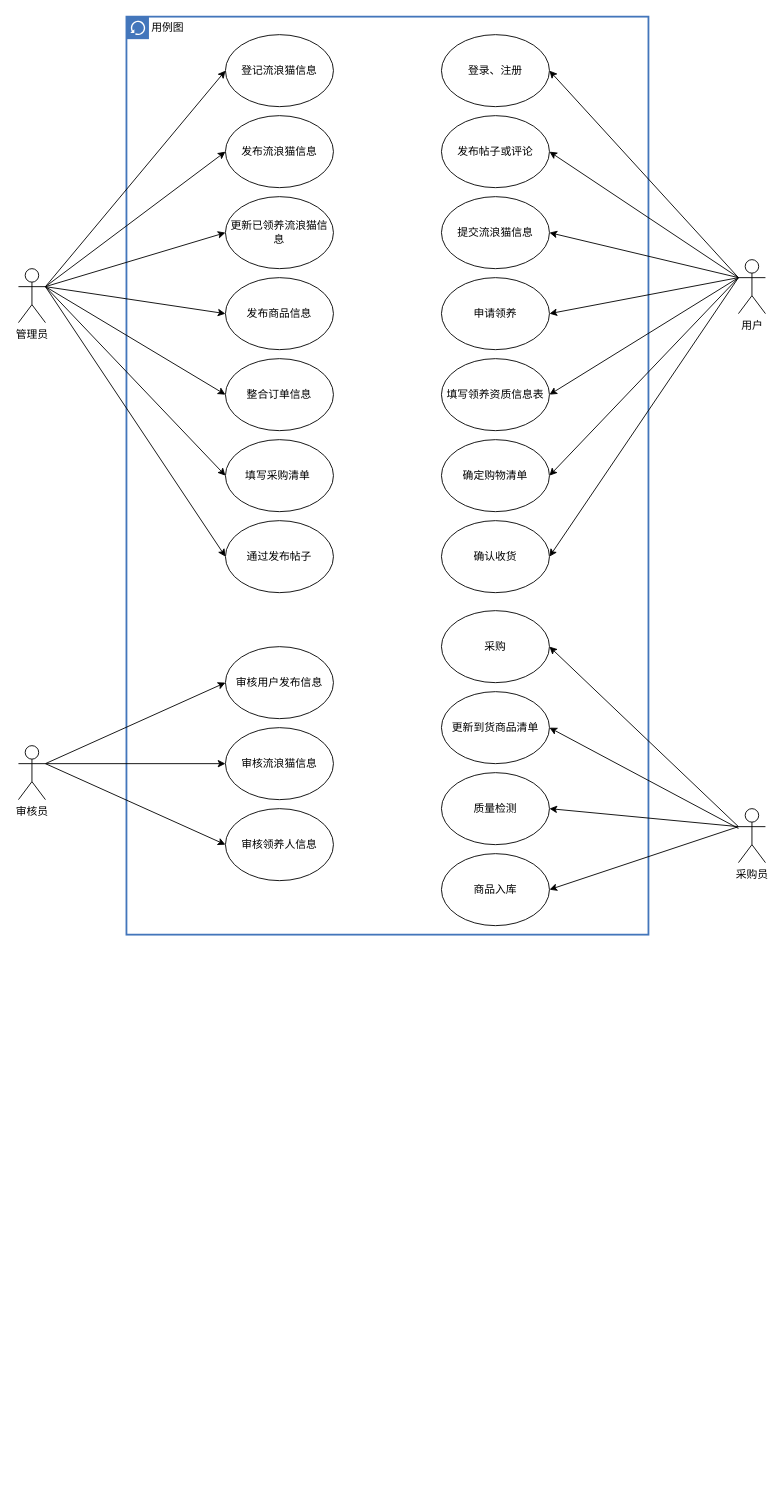
Earlier version of the draw.io diagram 1.drawio (lztdgh/lztrepo). Source tidied: cells renumbered, new cells numbered last; positions are measured from the earlier drawing's top-left corner, leaving out a move shared by most shapes. Both pictures are drawn from the tidied source at 90%, with x=0, y=0 at pixel (18, 16).
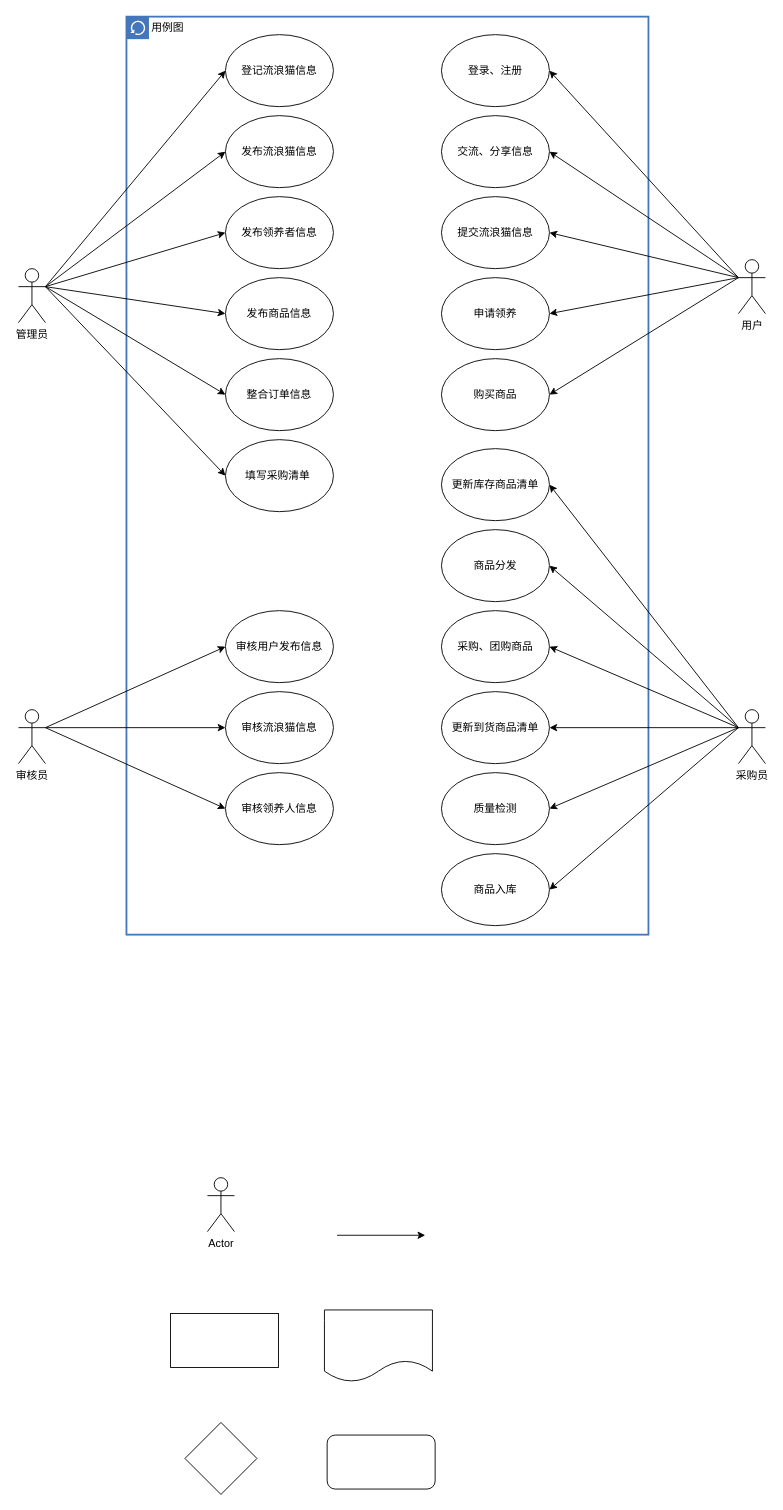
After the change.

The change refers to these unchanged cells:
```xml
<mxCell id="4" value="用户" style="shape=umlActor;verticalLabelPosition=bottom;verticalAlign=top;html=1;outlineConnect=0;" parent="1" vertex="1">
  <mxGeometry x="800" y="270" width="30" height="60" as="geometry" />
</mxCell>
<mxCell id="6" value="用例图" style="shape=mxgraph.ibm.box;prType=classic;fontStyle=0;verticalAlign=top;align=left;spacingLeft=32;spacingTop=4;fillColor=none;rounded=0;whiteSpace=wrap;html=1;strokeColor=#4376BB;strokeWidth=2;dashed=0;spacing=-4;" parent="1" vertex="1">
  <mxGeometry x="120" width="580" height="1020" as="geometry" />
</mxCell>
<mxCell id="25" value="更新到货商品清单" style="ellipse;whiteSpace=wrap;html=1;" parent="6" vertex="1">
  <mxGeometry x="350" y="750" width="120" height="80" as="geometry" />
</mxCell>
<mxCell id="27" value="商品入库" style="ellipse;whiteSpace=wrap;html=1;" parent="6" vertex="1">
  <mxGeometry x="350" y="930" width="120" height="80" as="geometry" />
</mxCell>
```

The edit, as a diff of the source:
```diff
@@
     <mxCell id="3" value="审核员" style="shape=umlActor;verticalLabelPosition=bottom;verticalAlign=top;html=1;outlineConnect=0;" parent="1" vertex="1">
-      <mxGeometry y="810" width="30" height="60" as="geometry" />
+      <mxGeometry y="770" width="30" height="60" as="geometry" />
     </mxCell>
@@
     <mxCell id="5" value="采购员" style="shape=umlActor;verticalLabelPosition=bottom;verticalAlign=top;html=1;outlineConnect=0;" parent="1" vertex="1">
-      <mxGeometry x="800" y="880" width="30" height="60" as="geometry" />
+      <mxGeometry x="800" y="770" width="30" height="60" as="geometry" />
     </mxCell>
@@
-    <mxCell id="9" value="更新已领养流浪猫信息" style="ellipse;whiteSpace=wrap;html=1;" parent="6" vertex="1">
+    <mxCell id="9" value="发布领养者信息" style="ellipse;whiteSpace=wrap;html=1;" parent="6" vertex="1">
       <mxGeometry x="110" y="200" width="120" height="80" as="geometry" />
     </mxCell>
@@
-    <mxCell id="13" value="通过发布帖子" style="ellipse;whiteSpace=wrap;html=1;" parent="6" vertex="1">
-      <mxGeometry x="110" y="560" width="120" height="80" as="geometry" />
-    </mxCell>
     <mxCell id="14" value="审核用户发布信息" style="ellipse;whiteSpace=wrap;html=1;" parent="6" vertex="1">
-      <mxGeometry x="110" y="700" width="120" height="80" as="geometry" />
+      <mxGeometry x="110" y="660" width="120" height="80" as="geometry" />
     </mxCell>
     <mxCell id="15" value="审核流浪猫信息" style="ellipse;whiteSpace=wrap;html=1;" parent="6" vertex="1">
-      <mxGeometry x="110" y="790" width="120" height="80" as="geometry" />
+      <mxGeometry x="110" y="750" width="120" height="80" as="geometry" />
     </mxCell>
     <mxCell id="16" value="审核领养人信息" style="ellipse;whiteSpace=wrap;html=1;" parent="6" vertex="1">
-      <mxGeometry x="110" y="880" width="120" height="80" as="geometry" />
+      <mxGeometry x="110" y="840" width="120" height="80" as="geometry" />
     </mxCell>
@@
-    <mxCell id="18" value="发布帖子或评论" style="ellipse;whiteSpace=wrap;html=1;" parent="6" vertex="1">
+    <mxCell id="18" value="交流、分享信息" style="ellipse;whiteSpace=wrap;html=1;" parent="6" vertex="1">
       <mxGeometry x="350" y="110" width="120" height="80" as="geometry" />
     </mxCell>
@@
-    <mxCell id="21" value="填写领养资质信息表" style="ellipse;whiteSpace=wrap;html=1;" parent="6" vertex="1">
-      <mxGeometry x="350" y="380" width="120" height="80" as="geometry" />
-    </mxCell>
-    <mxCell id="22" value="确定购物清单" style="ellipse;whiteSpace=wrap;html=1;" parent="6" vertex="1">
-      <mxGeometry x="350" y="470" width="120" height="80" as="geometry" />
+    <mxCell id="22" value="购买商品" style="ellipse;whiteSpace=wrap;html=1;" parent="6" vertex="1">
+      <mxGeometry x="350" y="380" width="120" height="80" as="geometry" />
     </mxCell>
-    <mxCell id="23" value="确认收货" style="ellipse;whiteSpace=wrap;html=1;" parent="6" vertex="1">
-      <mxGeometry x="350" y="560" width="120" height="80" as="geometry" />
-    </mxCell>
-    <mxCell id="24" value="采购" style="ellipse;whiteSpace=wrap;html=1;" parent="6" vertex="1">
+    <mxCell id="24" value="采购、团购商品" style="ellipse;whiteSpace=wrap;html=1;" parent="6" vertex="1">
       <mxGeometry x="350" y="660" width="120" height="80" as="geometry" />
     </mxCell>
@@
+    <mxCell id="49" value="商品分发" style="ellipse;whiteSpace=wrap;html=1;" parent="6" vertex="1">
+      <mxGeometry x="350" y="570" width="120" height="80" as="geometry" />
+    </mxCell>
+    <mxCell id="50" value="更新库存商品清单" style="ellipse;whiteSpace=wrap;html=1;" parent="6" vertex="1">
+      <mxGeometry x="350" y="480" width="120" height="80" as="geometry" />
+    </mxCell>
@@
-    <mxCell id="34" style="endArrow=classic;html=1;rounded=0;entryX=0;entryY=0.5;entryDx=0;entryDy=0;" parent="1" edge="1" target="13">
-      <mxGeometry relative="1" as="geometry">
-        <mxPoint x="30" y="300" as="sourcePoint" />
-      </mxGeometry>
-    </mxCell>
@@
-    <mxCell id="38" style="endArrow=classic;html=1;rounded=0;exitX=0;exitY=0.3333333333333333;exitDx=0;exitDy=0;exitPerimeter=0;entryX=1;entryY=0.5;entryDx=0;entryDy=0;" parent="1" edge="1" source="4" target="23">
-      <mxGeometry relative="1" as="geometry" />
-    </mxCell>
@@
-    <mxCell id="40" style="endArrow=classic;html=1;rounded=0;entryX=1;entryY=0.5;entryDx=0;entryDy=0;exitX=0;exitY=0.3333333333333333;exitDx=0;exitDy=0;exitPerimeter=0;" parent="1" edge="1" source="4" target="21">
-      <mxGeometry relative="1" as="geometry" />
-    </mxCell>
@@
-    <mxCell id="46" style="endArrow=classic;html=1;rounded=0;entryX=1;entryY=0.5;entryDx=0;entryDy=0;" parent="1" edge="1" source="5" target="25">
+    <mxCell id="46" style="endArrow=classic;html=1;rounded=0;entryX=1;entryY=0.5;entryDx=0;entryDy=0;exitX=0;exitY=0.3333333333333333;exitDx=0;exitDy=0;exitPerimeter=0;" parent="1" edge="1" source="5" target="25">
       <mxGeometry relative="1" as="geometry" />
     </mxCell>
@@
-    <mxCell id="48" style="endArrow=classic;html=1;rounded=0;entryX=1;entryY=0.5;entryDx=0;entryDy=0;" parent="1" edge="1" target="27">
-      <mxGeometry relative="1" as="geometry">
-        <mxPoint x="800" y="900" as="sourcePoint" />
-      </mxGeometry>
+    <mxCell id="48" style="endArrow=classic;html=1;rounded=0;entryX=1;entryY=0.5;entryDx=0;entryDy=0;exitX=0;exitY=0.3333333333333333;exitDx=0;exitDy=0;exitPerimeter=0;" parent="1" edge="1" source="5" target="27">
+      <mxGeometry relative="1" as="geometry" />
     </mxCell>
+    <mxCell id="51" style="endArrow=classic;html=1;rounded=0;entryX=1;entryY=0.5;entryDx=0;entryDy=0;exitX=0;exitY=0.3333333333333333;exitDx=0;exitDy=0;exitPerimeter=0;" parent="1" edge="1" source="5" target="50">
+      <mxGeometry relative="1" as="geometry" />
+    </mxCell>
+    <mxCell id="52" style="endArrow=classic;html=1;rounded=0;exitX=0;exitY=0.3333333333333333;exitDx=0;exitDy=0;exitPerimeter=0;entryX=1;entryY=0.5;entryDx=0;entryDy=0;" parent="1" edge="1" source="5" target="49">
+      <mxGeometry relative="1" as="geometry" />
+    </mxCell>
+    <mxCell id="53" value="Actor" style="shape=umlActor;verticalLabelPosition=bottom;verticalAlign=top;html=1;" parent="1" vertex="1">
+      <mxGeometry x="210" y="1290" width="30" height="60" as="geometry" />
+    </mxCell>
+    <mxCell id="54" style="rounded=0;whiteSpace=wrap;html=1;" parent="1" vertex="1">
+      <mxGeometry x="169" y="1441" width="120" height="60" as="geometry" />
+    </mxCell>
+    <mxCell id="55" style="shape=document;whiteSpace=wrap;html=1;boundedLbl=1;" parent="1" vertex="1">
+      <mxGeometry x="340" y="1437" width="120" height="80" as="geometry" />
+    </mxCell>
+    <mxCell id="56" style="rhombus;whiteSpace=wrap;html=1;" parent="1" vertex="1">
+      <mxGeometry x="185" y="1562" width="80" height="80" as="geometry" />
+    </mxCell>
+    <mxCell id="57" style="rounded=1;whiteSpace=wrap;html=1;" parent="1" vertex="1">
+      <mxGeometry x="343" y="1576" width="120" height="60" as="geometry" />
+    </mxCell>
+    <mxCell id="58" style="endArrow=classic;html=1;rounded=0;" parent="1" edge="1">
+      <mxGeometry relative="1" as="geometry">
+        <mxPoint x="354" y="1354" as="sourcePoint" />
+        <mxPoint x="452" y="1354" as="targetPoint" />
+      </mxGeometry>
+    </mxCell>
```
